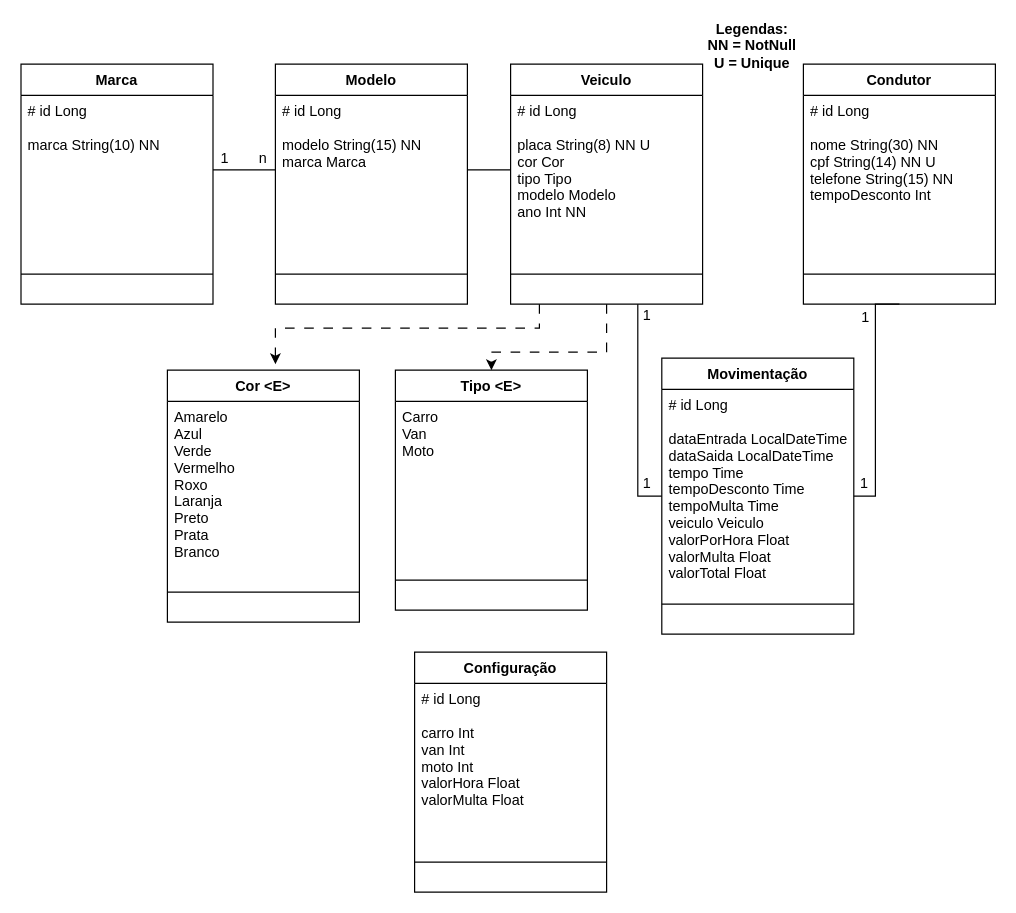
Before: Diagrama sem nome.drawio in gabrielruizmb/estacionamento-api, a draw.io diagram. Source tidied: cells renumbered, new cells numbered last; positions are measured from the earlier drawing's top-left corner, leaving out a move shared by most shapes. Both pictures are drawn from the tidied source at 120%, with x=0, y=0 at pixel (20, 28).
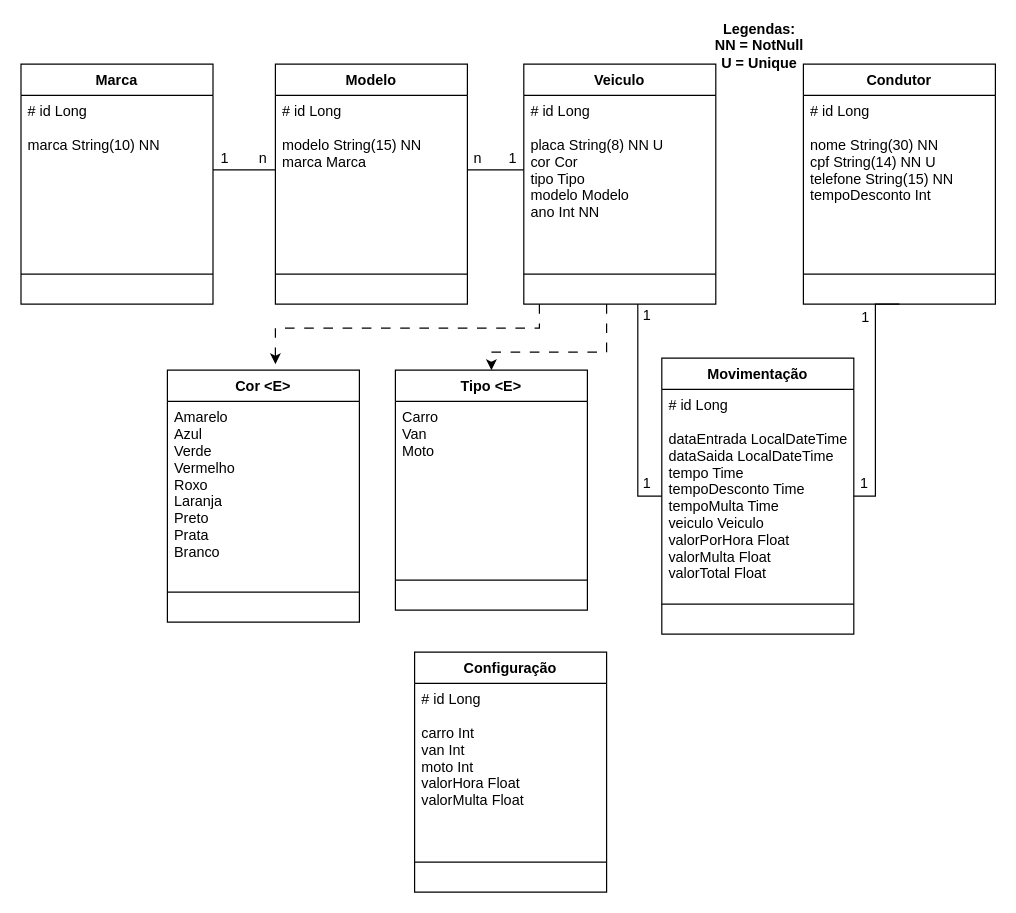
Above is the later version.

The edit, as a diff of the source:
```diff
@@
     <mxCell id="4" value="Veiculo" style="swimlane;fontStyle=1;align=center;verticalAlign=top;horizontal=1;startSize=26;" parent="1" vertex="1">
-      <mxGeometry x="408" y="30" width="160" height="200" as="geometry" />
+      <mxGeometry x="419" y="30" width="160" height="200" as="geometry" />
     </mxCell>
@@
     <mxCell id="38" value="&lt;b&gt;Legendas:&lt;br&gt;NN = NotNull&lt;br&gt;U = Unique&lt;/b&gt;" style="text;html=1;strokeColor=none;fillColor=none;align=center;verticalAlign=middle;whiteSpace=wrap;rounded=0;" parent="1" vertex="1">
-      <mxGeometry x="561.5" width="95" height="30" as="geometry" />
+      <mxGeometry x="567.5" width="95" height="30" as="geometry" />
     </mxCell>
+    <mxCell id="39" value="1" style="text;html=1;strokeColor=none;fillColor=none;align=center;verticalAlign=middle;whiteSpace=wrap;rounded=0;" parent="1" vertex="1">
+      <mxGeometry x="405" y="99" width="10" height="20" as="geometry" />
+    </mxCell>
+    <mxCell id="40" value="n" style="text;html=1;strokeColor=none;fillColor=none;align=center;verticalAlign=middle;whiteSpace=wrap;rounded=0;" parent="1" vertex="1">
+      <mxGeometry x="376" y="99" width="10" height="20" as="geometry" />
+    </mxCell>
```
